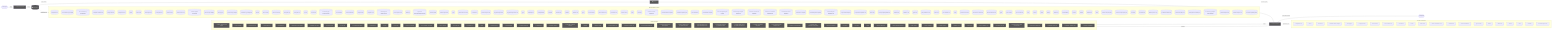
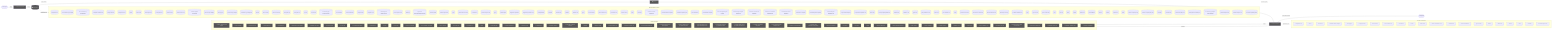
flowchart LR
  UserQ(["👤 User Query"])
  Embed["📐 Embedding Model"]
  VecDB[("📚 Vector Store")]
  Retriever["🔍 Retriever"]
  LLMNode["🧠 LLM / Generator"]
  Output(["✅ Response"])
  UserQ -->|query| Embed
  Embed -->|vector| VecDB
  VecDB -->|top-k chunks| Retriever
  Retriever -->|context + query| LLMNode
  LLMNode -->|generated answer| Output
  subgraph DetectedMemory["Detected memory stores"]
    det_detectedmemory_cli_dispatch_test_54c9f17b[("cli-dispatch.test")]
    det_detectedmemory_run_local_memory_preflight_36e92808[("run-local-memory-preflight")]
    det_detectedmemory_run_local_memory_preflight_test_1d7c5aa0[("run-local-memory-preflight.test")]
    det_detectedmemory_pr_template_validator_test_569b1cef[("pr-template-validator.test")]
    det_detectedmemory_tooling_audit_test_d2aee28c[("tooling-audit.test")]
    det_detectedmemory_tooling_audit_core_328d6a41[("tooling-audit-core")]
    det_detectedmemory_search_24193290[("search")]
    det_detectedmemory_search_test_0c66bc11[("search.test")]
    det_detectedmemory_review_gate_test_000e2ed6[("review-gate.test")]
    det_detectedmemory_review_gate_core_4c8001f9[("review-gate-core")]
    det_detectedmemory_review_context_ca6cf81d[("review-context")]
    det_detectedmemory_review_context_test_89806d6c[("review-context.test")]
    det_detectedmemory_refresh_diagram_context_test_03bf21c4[("refresh-diagram-context.test")]
    det_detectedmemory_pattern_scope_siblings_43abe000[("pattern-scope-siblings")]
    det_detectedmemory_memory_gate_a577a506[("memory-gate")]
    det_detectedmemory_local_memory_preflight_dcc36c42[("local-memory-preflight")]
    det_detectedmemory_local_memory_preflight_test_5e323bbf[("local-memory-preflight.test")]
    det_detectedmemory_init_test_cbba76a6[("init.test")]
    det_detectedmemory_index_context_de3ed39d[("index-context")]
    det_detectedmemory_index_context_test_1949ea6f[("index-context.test")]
    det_detectedmemory_docs_gate_test_a25e972f[("docs-gate.test")]
    det_detectedmemory_docs_gate_core_eb9b6c18[("docs-gate-core")]
    det_detectedmemory_context_ea7792a2[("context")]
    det_detectedmemory_context_test_57aad306[("context.test")]
    det_detectedmemory_context_integrity_acceptance_test_59f961b1[("context-integrity-acceptance.test")]
    det_detectedmemory_context_health_80bb7da9[("context-health")]
    det_detectedmemory_context_health_test_3b5b87f3[("context-health.test")]
    det_detectedmemory_ci_migrate_test_2a015bb9[("ci-migrate.test")]
    det_detectedmemory_ci_migrate_core_7005b5af[("ci-migrate-core")]
    det_detectedmemory_check_diagram_freshness_test_c1dc40aa[("check-diagram-freshness.test")]
    det_detectedmemory_branch_protect_core_a8feb0fd[("branch-protect-core")]
    det_detectedmemory_brain_test_428d4d67[("brain.test")]
    det_detectedmemory_agent_first_throughput_integration_test_dc677cc4[("agent-first-throughput.integration.test")]
    det_detectedmemory_overload_guard_2748c559[("overload-guard")]
    det_detectedmemory_overload_guard_test_6ece9f86[("overload-guard.test")]
    det_detectedmemory_types_2_d9bc6e7a[("types")]
    det_detectedmemory_performance_overload_c685bfcf[("performance-overload")]
    det_detectedmemory_local_memory_0db17ecc[("local-memory")]
    det_detectedmemory_local_memory_smoke_1175abfc[("local-memory-smoke")]
+     det_detectedmemory_types_7_2f1ed65e[("types")]
+     det_detectedmemory_claim_helpers_20dc8387[("claim-helpers")]
    det_detectedmemory_suggestion_generator_0956f794[("suggestion-generator")]
    det_detectedmemory_suggestion_generator_test_f68e9892[("suggestion-generator.test")]
-     det_detectedmemory_types_7_2f1ed65e[("types")]
-     det_detectedmemory_claim_helpers_20dc8387[("claim-helpers")]
    det_detectedmemory_tooling_baseline_50ab2eeb[("tooling-baseline")]
    det_detectedmemory_classifier_fe1991a9[("classifier")]
    det_detectedmemory_classifier_test_3859cceb[("classifier.test")]
    det_detectedmemory_validator_1_0c0621d8[("validator")]
    det_detectedmemory_validator_test_1_c5015ca0[("validator.test")]
    det_detectedmemory_types_11_4be3ee64[("types")]
    det_detectedmemory_metrics_tracker_98cec29c[("metrics-tracker")]
    det_detectedmemory_metrics_tracker_test_3de156fa[("metrics-tracker.test")]
    det_detectedmemory_branch_enforcer_acb749cd[("branch-enforcer")]
    det_detectedmemory_review_context_1_e3afed15[("review-context")]
    det_detectedmemory_index_2_10143590[("index")]
    det_detectedmemory_eval_seed_5699fd3e[("eval-seed")]
    det_detectedmemory_workflow_contract_scripts_test_681e2e3c[("workflow-contract-scripts.test")]
    det_detectedmemory_scaffold_workflow_template_92310587[("scaffold-workflow-template")]
    det_detectedmemory_scaffold_template_registry_b1cce2aa[("scaffold-template-registry")]
    det_detectedmemory_scaffold_surfaces_12d6494e[("scaffold-surfaces")]
    det_detectedmemory_scaffold_shell_templates_0ad0f915[("scaffold-shell-templates")]
    det_detectedmemory_scaffold_script_template_registry_69312d4e[("scaffold-script-template-registry")]
    det_detectedmemory_scaffold_script_template_registry_test_6a8ebefe[("scaffold-script-template-registry.test")]
    det_detectedmemory_scaffold_root_command_templates_404fed7f[("scaffold-root-command-templates")]
    det_detectedmemory_scaffold_root_command_templates_test_14596939[("scaffold-root-command-templates.test")]
    det_detectedmemory_scaffold_environment_templates_c1ceba6a[("scaffold-environment-templates")]
    det_detectedmemory_scaffold_doc_templates_f6152330[("scaffold-doc-templates")]
    det_detectedmemory_scaffold_diagram_templates_dd88e83c[("scaffold-diagram-templates")]
    det_detectedmemory_scaffold_diagram_templates_test_f3774c28[("scaffold-diagram-templates.test")]
    det_detectedmemory_project_brain_templates_7ef51530[("project-brain-templates")]
    det_detectedmemory_project_brain_templates_test_0b6509f2[("project-brain-templates.test")]
    det_detectedmemory_init_modes_c05ceb07[("init-modes")]
    det_detectedmemory_codex_preflight_symlink_test_037558db[("codex-preflight-symlink.test")]
    det_detectedmemory_validator_test_5_2bb3219d[("validator.test")]
    det_detectedmemory_validator_core_1_1518647e[("validator-core")]
    det_detectedmemory_types_core_1_8bd0f8fd[("types-core")]
    det_detectedmemory_policy_validators_core_714a3fe7[("policy-validators-core")]
    det_detectedmemory_loader_test_03424671[("loader.test")]
    det_detectedmemory_json_schema_core_96d7e328[("json-schema-core")]
    det_detectedmemory_index_5_522f772a[("index")]
    det_detectedmemory_harness_run_context_ac7c77a9[("harness-run-context")]
    det_detectedmemory_harness_run_context_test_c6937fed[("harness-run-context.test")]
    det_detectedmemory_harness_decision_test_7e5a4fe5[("harness-decision.test")]
-     det_detectedmemory_types_19_eb4ad5f0[("types")]
+     det_detectedmemory_branch_protect_sync_570adb18[("branch-protect-sync")]
+     det_detectedmemory_module_boundaries_test_c0caf46b[("module-boundaries.test")]
+     det_detectedmemory_types_20_071a0112[("types")]
    det_detectedmemory_sync_contract_c79fa191[("sync-contract")]
    det_detectedmemory_sync_contract_test_5dc3165c[("sync-contract.test")]
    det_detectedmemory_store_824d80d7[("store")]
    det_detectedmemory_sources_1_e133d97d[("sources")]
    det_detectedmemory_rollout_a4fa034c[("rollout")]
    det_detectedmemory_ollama_76e3c7bf[("ollama")]
    det_detectedmemory_ollama_test_71f9750e[("ollama.test")]
    det_detectedmemory_lexical_fallback_723e2b3e[("lexical-fallback")]
    det_detectedmemory_init_error_5c7dd49f[("init-error")]
    det_detectedmemory_indexer_70fa78e5[("indexer")]
    det_detectedmemory_indexer_test_d492f0aa[("indexer.test")]
    det_detectedmemory_index_6_fc9e91e2[("index")]
    det_detectedmemory_context_compact_policy_3dcaf95d[("context-compact-policy")]
    det_detectedmemory_context_compact_policy_test_da148267[("context-compact-policy.test")]
    det_detectedmemory_constants_7517017f[("constants")]
    det_detectedmemory_constants_test_5492ae98[("constants.test")]
-     det_detectedmemory_branch_protect_sync_570adb18[("branch-protect-sync")]
-     det_detectedmemory_module_boundaries_test_c0caf46b[("module-boundaries.test")]
    det_detectedmemory_command_registry_test_0cf92cba[("command-registry.test")]
    det_detectedmemory_review_gate_command_spec_3187376a[("review-gate-command-spec")]
    det_detectedmemory_local_memory_preflight_command_spec_9e23f3ce[("local-memory-preflight-command-spec")]
    det_detectedmemory_command_specs_test_7f693e85[("command-specs.test")]
    det_detectedmemory_command_specs_core_1c0ffc99[("command-specs-core")]
    det_detectedmemory_command_capability_rules_ca3f496a[("command-capability-rules")]
  end
  VecDB -. "implemented by" .-> DetectedMemory
  subgraph DetectedLLM["Detected LLM clients"]
    det_detectedllm_cli_dispatch_test_54c9f17b["cli-dispatch.test"]
    det_detectedllm_search_24193290["search"]
    det_detectedllm_search_test_0c66bc11["search.test"]
    det_detectedllm_remediate_runner_helpers_929fedcc["remediate-runner-helpers"]
    det_detectedllm_prompt_gate_c5e9d207["prompt-gate"]
    det_detectedllm_prompt_gate_test_1a442b27["prompt-gate.test"]
    det_detectedllm_index_context_de3ed39d["index-context"]
    det_detectedllm_index_context_test_1949ea6f["index-context.test"]
    det_detectedllm_contract_test_2262847f["contract.test"]
    det_detectedllm_context_ea7792a2["context"]
    det_detectedllm_context_test_57aad306["context.test"]
    det_detectedllm_check_environment_core_2c16213f["check-environment-core"]
    det_detectedllm_sensitive_text_7c11f760["sensitive-text"]
    det_detectedllm_north_star_validators_cfc926ce["north-star-validators"]
    det_detectedllm_sync_contract_c79fa191["sync-contract"]
    det_detectedllm_ollama_76e3c7bf["ollama"]
    det_detectedllm_ollama_test_71f9750e["ollama.test"]
    det_detectedllm_indexer_70fa78e5["indexer"]
    det_detectedllm_index_6_fc9e91e2["index"]
    det_detectedllm_constants_7517017f["constants"]
    det_detectedllm_command_specs_core_1c0ffc99["command-specs-core"]
  end
  LLMNode -. "implemented by" .-> DetectedLLM
  subgraph DetectedTools["Agentic tool calls"]
    det_detectedtools_collect_observed_eval_usage_1724425c["🔧 collect-observed-eval-usage"]
    det_detectedtools_verify_work_test_0e12f6c5["🔧 verify-work.test"]
    det_detectedtools_review_gate_test_000e2ed6["🔧 review-gate.test"]
    det_detectedtools_review_gate_core_4c8001f9["🔧 review-gate-core"]
    det_detectedtools_remediate_test_6f59cafe["🔧 remediate.test"]
    det_detectedtools_remediate_runner_helpers_929fedcc["🔧 remediate-runner-helpers"]
    det_detectedtools_remediate_cli_output_cc165396["🔧 remediate-cli-output"]
    det_detectedtools_pr_closeout_test_1_be1a0df1["🔧 pr-closeout.test"]
    det_detectedtools_policy_gate_213f7313["🔧 policy-gate"]
    det_detectedtools_next_blocked_decisions_4140ad2b["🔧 next-blocked-decisions"]
    det_detectedtools_learnings_test_e45e0253["🔧 learnings.test"]
    det_detectedtools_init_test_cbba76a6["🔧 init.test"]
    det_detectedtools_doctor_test_e032e8b5["🔧 doctor.test"]
    det_detectedtools_doctor_tool_checks_4acac51a["🔧 doctor-tool-checks"]
    det_detectedtools_doctor_github_tool_checks_a53b0382["🔧 doctor-github-tool-checks"]
    det_detectedtools_doctor_checks_5a2eb2b9["🔧 doctor-checks"]
    det_detectedtools_docs_gate_test_a25e972f["🔧 docs-gate.test"]
    det_detectedtools_ci_migrate_core_7005b5af["🔧 ci-migrate-core"]
    det_detectedtools_types_4_822d0f88["🔧 types"]
-     det_detectedtools_orchestrator_test_1_c291cde7["🔧 orchestrator.test"]
    det_detectedtools_tooling_baseline_50ab2eeb["🔧 tooling-baseline"]
    det_detectedtools_tooling_baseline_test_d272ddb6["🔧 tooling-baseline.test"]
+     det_detectedtools_orchestrator_test_1_c291cde7["🔧 orchestrator.test"]
    det_detectedtools_normalise_test_73e8a615["🔧 normalise.test"]
    det_detectedtools_normalise_renderer_85f2e563["🔧 normalise-renderer"]
    det_detectedtools_normalise_he_phase_exit_test_1788efc4["🔧 normalise-he-phase-exit.test"]
    det_detectedtools_validator_1_0c0621d8["🔧 validator"]
    det_detectedtools_metrics_tracker_98cec29c["🔧 metrics-tracker"]
    det_detectedtools_metrics_tracker_test_3de156fa["🔧 metrics-tracker.test"]
    det_detectedtools_evaluation_engine_core_e054fe49["🔧 evaluation-engine-core"]
    det_detectedtools_scaffold_shell_quality_test_79567d03["🔧 scaffold-shell-quality.test"]
    det_detectedtools_scaffold_release_private_npm_template_075499f8["🔧 scaffold-release-private-npm-template"]
    det_detectedtools_scaffold_github_actions_pr_pipeline_template_e2b85f62["🔧 scaffold-github-actions-pr-pipeline-template"]
    det_detectedtools_scaffold_github_actions_pr_pipeline_template_test_be464a7b["🔧 scaffold-github-actions-pr-pipeline-template.test"]
    det_detectedtools_scaffold_github_actions_pr_pipeline_renderer_1ee18de5["🔧 scaffold-github-actions-pr-pipeline-renderer"]
    det_detectedtools_scaffold_github_actions_pr_pipeline_renderer_test_2cc38272["🔧 scaffold-github-actions-pr-pipeline-renderer.test"]
    det_detectedtools_scaffold_environment_templates_c1ceba6a["🔧 scaffold-environment-templates"]
    det_detectedtools_scaffold_environment_templates_test_b31b6a0c["🔧 scaffold-environment-templates.test"]
    det_detectedtools_scaffold_config_templates_4b80ce53["🔧 scaffold-config-templates"]
    det_detectedtools_scaffold_codex_environment_templates_334fbbed["🔧 scaffold-codex-environment-templates"]
    det_detectedtools_scaffold_ci_templates_2afd6392["🔧 scaffold-ci-templates"]
    det_detectedtools_init_output_360dce91["🔧 init-output"]
    det_detectedtools_pr_creator_dc6b1ea4["🔧 pr-creator"]
    det_detectedtools_client_1_914e1681["🔧 client"]
    det_detectedtools_observed_skill_usage_ed7d5930["🔧 observed-skill-usage"]
    det_detectedtools_observed_skill_usage_test_311c215a["🔧 observed-skill-usage.test"]
    det_detectedtools_ralph_runtime_73d63c0e["🔧 ralph-runtime"]
    det_detectedtools_closure_evidence_aaa31467["🔧 closure-evidence"]
    det_detectedtools_validator_helpers_7b927667["🔧 validator-helpers"]
    det_detectedtools_validator_core_1_1518647e["🔧 validator-core"]
    det_detectedtools_types_core_1_8bd0f8fd["🔧 types-core"]
    det_detectedtools_policy_validators_core_714a3fe7["🔧 policy-validators-core"]
    det_detectedtools_he_phase_exit_core_1148895b["🔧 he-phase-exit-core"]
    det_detectedtools_harness_closeout_gate_contracts_test_db1c74a7["🔧 harness-closeout-gate-contracts.test"]
    det_detectedtools_module_boundaries_test_c0caf46b["🔧 module-boundaries.test"]
    det_detectedtools_command_registry_test_0cf92cba["🔧 command-registry.test"]
    det_detectedtools_command_capability_rules_ca3f496a["🔧 command-capability-rules"]
    det_detectedtools_command_capabilities_a4d5c71e["🔧 command-capabilities"]
  end
  LLMNode -->|tool use| DetectedTools
  DetectedTools -->|result| LLMNode
  classDef memNode fill:#555,color:#fff
  class VecDB,Retriever memNode
  classDef llmNode fill:#555,color:#fff
  class LLMNode,Embed llmNode
  classDef toolNode fill:#555,color:#fff
-   class det_detectedtools_collect_observed_eval_usage_1724425c,det_detectedtools_verify_work_test_0e12f6c5,det_detectedtools_review_gate_test_000e2ed6,det_detectedtools_review_gate_core_4c8001f9,det_detectedtools_remediate_test_6f59cafe,det_detectedtools_remediate_runner_helpers_929fedcc,det_detectedtools_remediate_cli_output_cc165396,det_detectedtools_pr_closeout_test_1_be1a0df1,det_detectedtools_policy_gate_213f7313,det_detectedtools_next_blocked_decisions_4140ad2b,det_detectedtools_learnings_test_e45e0253,det_detectedtools_init_test_cbba76a6,det_detectedtools_doctor_test_e032e8b5,det_detectedtools_doctor_tool_checks_4acac51a,det_detectedtools_doctor_github_tool_checks_a53b0382,det_detectedtools_doctor_checks_5a2eb2b9,det_detectedtools_docs_gate_test_a25e972f,det_detectedtools_ci_migrate_core_7005b5af,det_detectedtools_types_4_822d0f88,det_detectedtools_orchestrator_test_1_c291cde7,det_detectedtools_tooling_baseline_50ab2eeb,det_detectedtools_tooling_baseline_test_d272ddb6,det_detectedtools_normalise_test_73e8a615,det_detectedtools_normalise_renderer_85f2e563,det_detectedtools_normalise_he_phase_exit_test_1788efc4,det_detectedtools_validator_1_0c0621d8,det_detectedtools_metrics_tracker_98cec29c,det_detectedtools_metrics_tracker_test_3de156fa,det_detectedtools_evaluation_engine_core_e054fe49,det_detectedtools_scaffold_shell_quality_test_79567d03,det_detectedtools_scaffold_release_private_npm_template_075499f8,det_detectedtools_scaffold_github_actions_pr_pipeline_template_e2b85f62,det_detectedtools_scaffold_github_actions_pr_pipeline_template_test_be464a7b,det_detectedtools_scaffold_github_actions_pr_pipeline_renderer_1ee18de5,det_detectedtools_scaffold_github_actions_pr_pipeline_renderer_test_2cc38272,det_detectedtools_scaffold_environment_templates_c1ceba6a,det_detectedtools_scaffold_environment_templates_test_b31b6a0c,det_detectedtools_scaffold_config_templates_4b80ce53,det_detectedtools_scaffold_codex_environment_templates_334fbbed,det_detectedtools_scaffold_ci_templates_2afd6392,det_detectedtools_init_output_360dce91,det_detectedtools_pr_creator_dc6b1ea4,det_detectedtools_client_1_914e1681,det_detectedtools_observed_skill_usage_ed7d5930,det_detectedtools_observed_skill_usage_test_311c215a,det_detectedtools_ralph_runtime_73d63c0e,det_detectedtools_closure_evidence_aaa31467,det_detectedtools_validator_helpers_7b927667,det_detectedtools_validator_core_1_1518647e,det_detectedtools_types_core_1_8bd0f8fd,det_detectedtools_policy_validators_core_714a3fe7,det_detectedtools_he_phase_exit_core_1148895b,det_detectedtools_harness_closeout_gate_contracts_test_db1c74a7,det_detectedtools_module_boundaries_test_c0caf46b,det_detectedtools_command_registry_test_0cf92cba,det_detectedtools_command_capability_rules_ca3f496a,det_detectedtools_command_capabilities_a4d5c71e toolNode
+   class det_detectedtools_collect_observed_eval_usage_1724425c,det_detectedtools_verify_work_test_0e12f6c5,det_detectedtools_review_gate_test_000e2ed6,det_detectedtools_review_gate_core_4c8001f9,det_detectedtools_remediate_test_6f59cafe,det_detectedtools_remediate_runner_helpers_929fedcc,det_detectedtools_remediate_cli_output_cc165396,det_detectedtools_pr_closeout_test_1_be1a0df1,det_detectedtools_policy_gate_213f7313,det_detectedtools_next_blocked_decisions_4140ad2b,det_detectedtools_learnings_test_e45e0253,det_detectedtools_init_test_cbba76a6,det_detectedtools_doctor_test_e032e8b5,det_detectedtools_doctor_tool_checks_4acac51a,det_detectedtools_doctor_github_tool_checks_a53b0382,det_detectedtools_doctor_checks_5a2eb2b9,det_detectedtools_docs_gate_test_a25e972f,det_detectedtools_ci_migrate_core_7005b5af,det_detectedtools_types_4_822d0f88,det_detectedtools_tooling_baseline_50ab2eeb,det_detectedtools_tooling_baseline_test_d272ddb6,det_detectedtools_orchestrator_test_1_c291cde7,det_detectedtools_normalise_test_73e8a615,det_detectedtools_normalise_renderer_85f2e563,det_detectedtools_normalise_he_phase_exit_test_1788efc4,det_detectedtools_validator_1_0c0621d8,det_detectedtools_metrics_tracker_98cec29c,det_detectedtools_metrics_tracker_test_3de156fa,det_detectedtools_evaluation_engine_core_e054fe49,det_detectedtools_scaffold_shell_quality_test_79567d03,det_detectedtools_scaffold_release_private_npm_template_075499f8,det_detectedtools_scaffold_github_actions_pr_pipeline_template_e2b85f62,det_detectedtools_scaffold_github_actions_pr_pipeline_template_test_be464a7b,det_detectedtools_scaffold_github_actions_pr_pipeline_renderer_1ee18de5,det_detectedtools_scaffold_github_actions_pr_pipeline_renderer_test_2cc38272,det_detectedtools_scaffold_environment_templates_c1ceba6a,det_detectedtools_scaffold_environment_templates_test_b31b6a0c,det_detectedtools_scaffold_config_templates_4b80ce53,det_detectedtools_scaffold_codex_environment_templates_334fbbed,det_detectedtools_scaffold_ci_templates_2afd6392,det_detectedtools_init_output_360dce91,det_detectedtools_pr_creator_dc6b1ea4,det_detectedtools_client_1_914e1681,det_detectedtools_observed_skill_usage_ed7d5930,det_detectedtools_observed_skill_usage_test_311c215a,det_detectedtools_ralph_runtime_73d63c0e,det_detectedtools_closure_evidence_aaa31467,det_detectedtools_validator_helpers_7b927667,det_detectedtools_validator_core_1_1518647e,det_detectedtools_types_core_1_8bd0f8fd,det_detectedtools_policy_validators_core_714a3fe7,det_detectedtools_he_phase_exit_core_1148895b,det_detectedtools_harness_closeout_gate_contracts_test_db1c74a7,det_detectedtools_module_boundaries_test_c0caf46b,det_detectedtools_command_registry_test_0cf92cba,det_detectedtools_command_capability_rules_ca3f496a,det_detectedtools_command_capabilities_a4d5c71e toolNode
